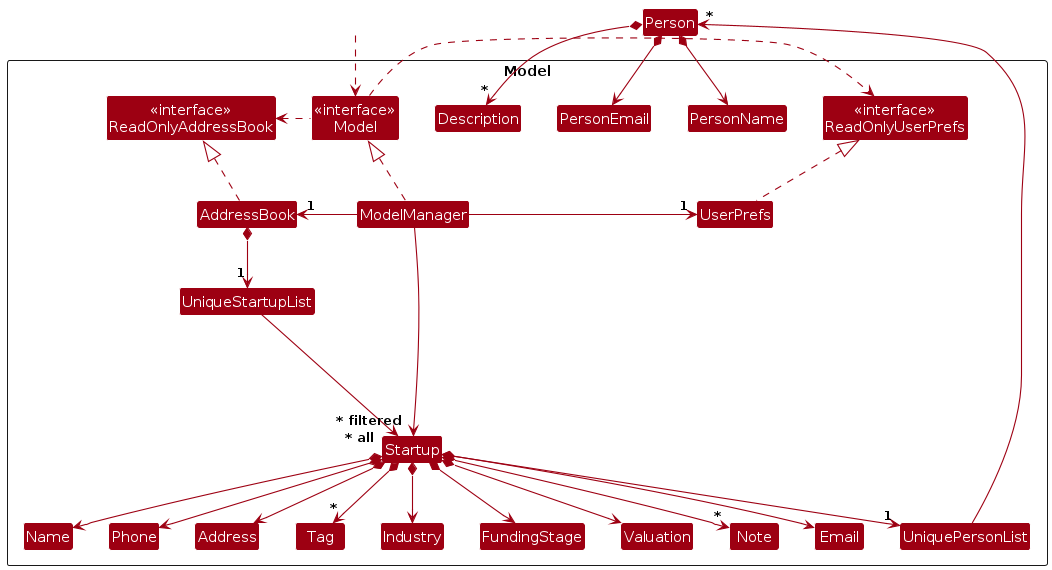
The PlantUML diagram diagrams/ModelClassDiagram.png in AY2324S2-CS2103T-W09-2/tp, before a commit. Its source is kept beside it as diagrams/ModelClassDiagram.puml.
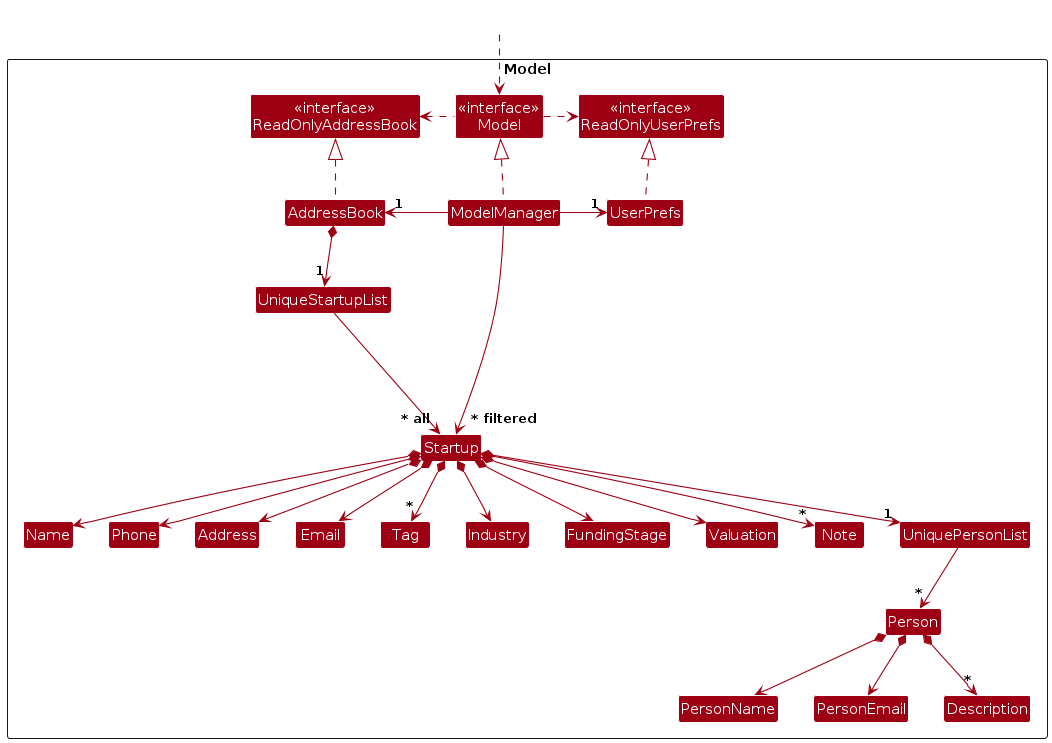
The same diagram one commit later.

Change to the diagram source:
```diff
@@ -25,6 +25,7 @@
 Class Note
 
 Class UniquePersonList
+Class Person
 Class PersonName
 Class PersonEmail
 Class Description
```
